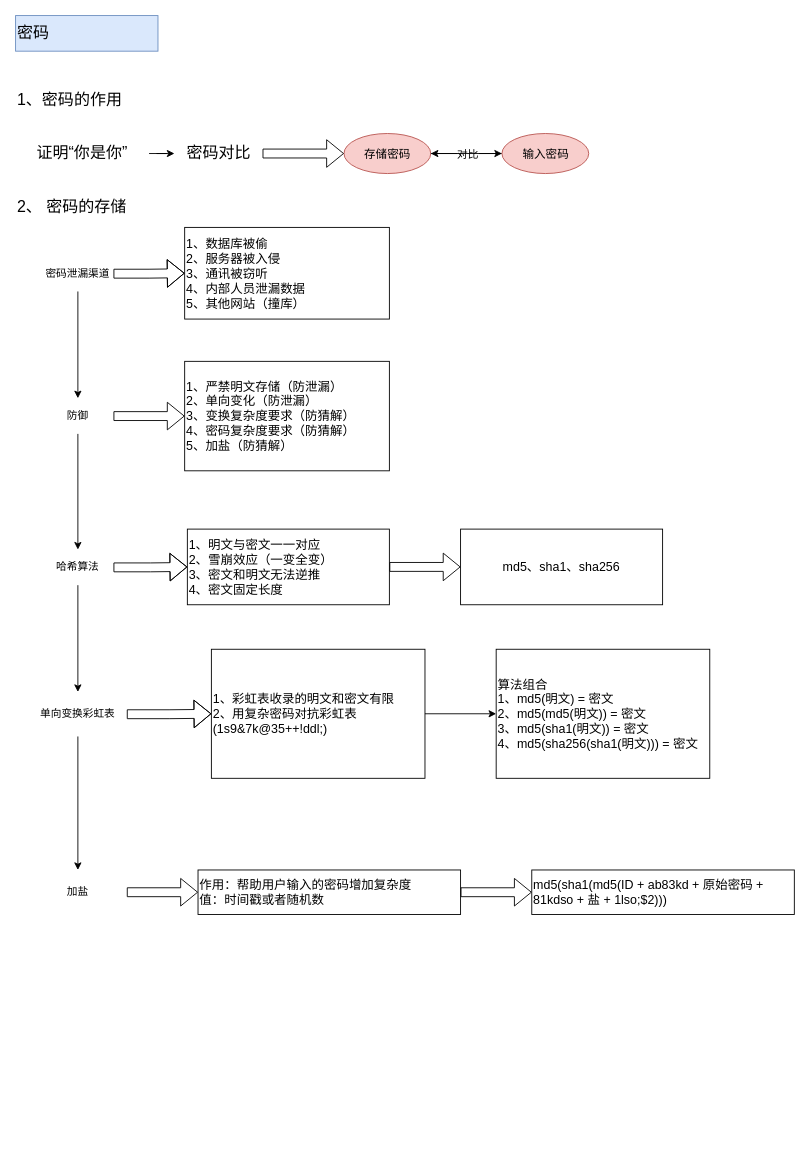
This is 密码.drawio from JMHello/draw, a draw.io file, before an edit. Source tidied: cells renumbered, new cells numbered last; positions are measured from the earlier drawing's top-left corner, leaving out a move shared by most shapes. Both pictures are drawn from the tidied source at 89%, with x=0, y=0 at pixel (15, 15).
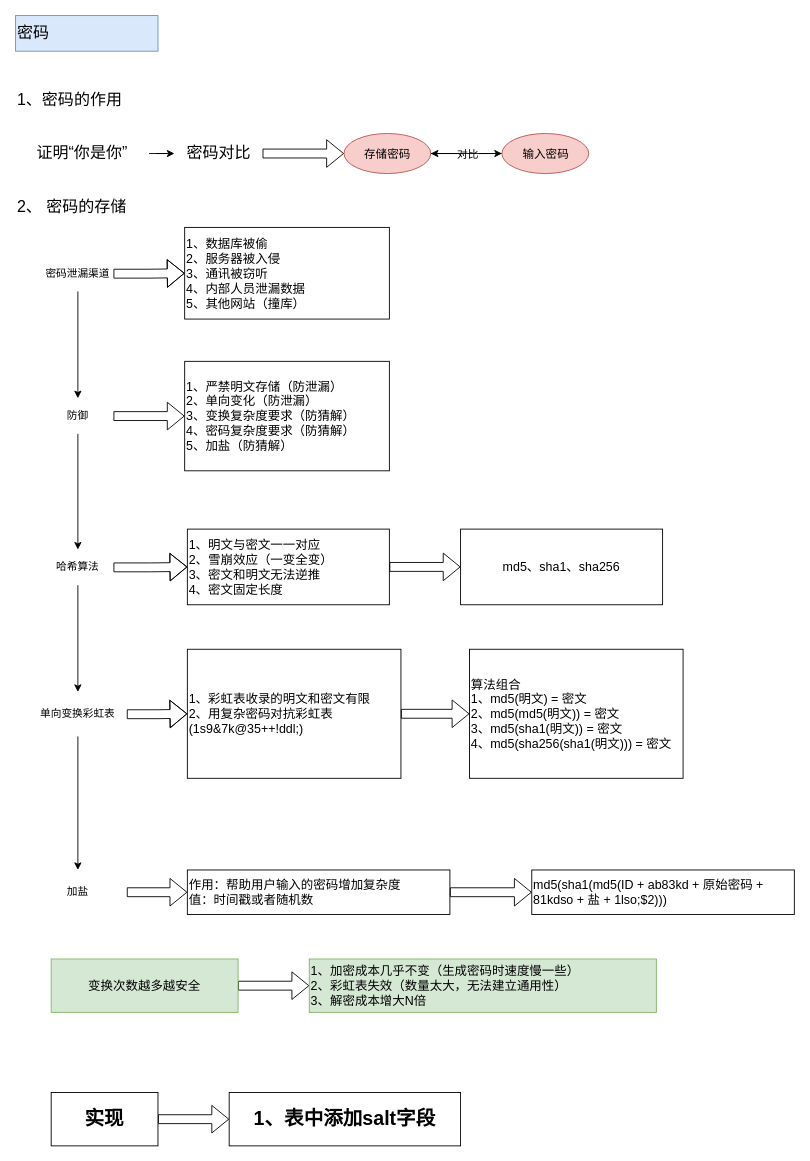
The same diagram, later.

What changed in the source:
```diff
@@
     <mxCell id="30" value="作用：帮助用户输入的密码增加复杂度&lt;br&gt;值：时间戳或者随机数&lt;br&gt;" style="text;html=1;align=left;verticalAlign=middle;whiteSpace=wrap;rounded=0;strokeColor=#000000;fontSize=14;" parent="1" vertex="1">
-      <mxGeometry x="205" y="960" width="295" height="50" as="geometry" />
+      <mxGeometry x="193" y="960" width="295" height="50" as="geometry" />
     </mxCell>
@@
-    <mxCell id="32" style="edgeStyle=orthogonalEdgeStyle;rounded=0;jettySize=auto;html=1;fontSize=14;" parent="1" edge="1" source="33" target="34">
+    <mxCell id="32" style="edgeStyle=orthogonalEdgeStyle;rounded=0;jettySize=auto;html=1;fontSize=14;shape=flexArrow;" parent="1" edge="1" source="33" target="34">
       <mxGeometry relative="1" as="geometry" />
     </mxCell>
     <mxCell id="33" value="1、彩虹表收录的明文和密文有限&lt;br&gt;2、用复杂密码对抗彩虹表&lt;br&gt;(1s9&amp;amp;7k@35++!ddl;)&lt;br&gt;" style="text;html=1;strokeColor=#000000;fillColor=none;align=left;verticalAlign=middle;whiteSpace=wrap;rounded=0;fontSize=14;" parent="1" vertex="1">
-      <mxGeometry x="220" y="712" width="240" height="145" as="geometry" />
+      <mxGeometry x="193" y="712" width="240" height="145" as="geometry" />
     </mxCell>
     <mxCell id="34" value="算法组合&lt;br style=&quot;font-size: 14px&quot;&gt;1、md5(明文) = 密文&lt;br&gt;2、md5(md5(明文)) = 密文&lt;br&gt;3、md5(sha1(明文)) = 密文&lt;br&gt;4、md5(sha256(sha1(明文))) = 密文&lt;br&gt;" style="text;html=1;strokeColor=#000000;fillColor=none;align=left;verticalAlign=middle;whiteSpace=wrap;rounded=0;fontSize=14;" parent="1" vertex="1">
-      <mxGeometry x="540" y="712" width="240" height="145" as="geometry" />
+      <mxGeometry x="510" y="712" width="240" height="145" as="geometry" />
     </mxCell>
@@
+    <mxCell id="40" style="edgeStyle=orthogonalEdgeStyle;shape=flexArrow;rounded=0;jettySize=auto;html=1;fontSize=14;" parent="1" edge="1" source="41" target="42">
+      <mxGeometry relative="1" as="geometry" />
+    </mxCell>
+    <mxCell id="41" value="变换次数越多越安全" style="rounded=0;whiteSpace=wrap;html=1;strokeColor=#82b366;fillColor=#d5e8d4;fontSize=14;align=center;" parent="1" vertex="1">
+      <mxGeometry x="40" y="1060" width="210" height="60" as="geometry" />
+    </mxCell>
+    <mxCell id="42" value="1、加密成本几乎不变（生成密码时速度慢一些）&lt;br&gt;2、彩虹表失效（数量太大，无法建立通用性）&lt;br&gt;3、解密成本增大N倍&lt;br&gt;" style="rounded=0;whiteSpace=wrap;html=1;strokeColor=#82b366;fillColor=#d5e8d4;fontSize=14;align=left;" parent="1" vertex="1">
+      <mxGeometry x="330" y="1060" width="390" height="60" as="geometry" />
+    </mxCell>
+    <mxCell id="43" style="edgeStyle=orthogonalEdgeStyle;shape=flexArrow;rounded=0;jettySize=auto;html=1;fontSize=22;" parent="1" edge="1" source="44" target="45">
+      <mxGeometry relative="1" as="geometry" />
+    </mxCell>
+    <mxCell id="44" value="实现" style="rounded=0;whiteSpace=wrap;html=1;strokeColor=#000000;fillColor=#ffffff;fontSize=22;align=center;fontStyle=1;" parent="1" vertex="1">
+      <mxGeometry x="40" y="1210" width="120" height="60" as="geometry" />
+    </mxCell>
+    <mxCell id="45" value="1、表中添加salt字段" style="rounded=0;whiteSpace=wrap;html=1;strokeColor=#000000;fillColor=#ffffff;fontSize=22;align=center;fontStyle=1;" parent="1" vertex="1">
+      <mxGeometry x="240" y="1210" width="260" height="60" as="geometry" />
+    </mxCell>
```
